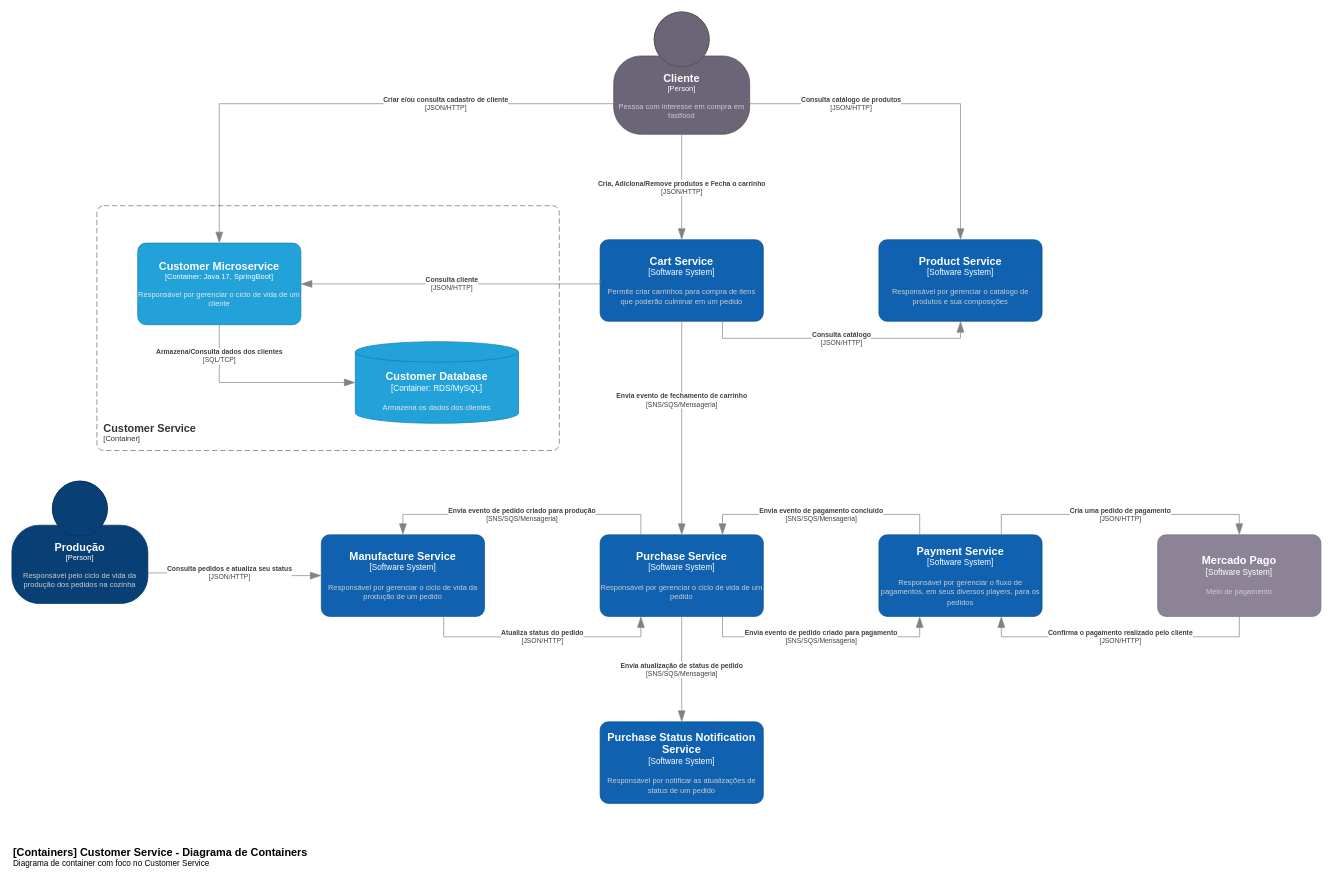
fiap-postech/tech-chalenge keeps this draw.io diagram as page "customer-service-c2_saga" (14 of 23) of documentation/tech-challenge-architecture.drawio. Above is the earlier version. Source tidied: cells renumbered, new cells numbered last; positions are measured from the earlier drawing's top-left corner, leaving out a move shared by most shapes. Both pictures are drawn from the tidied source at 68%, with x=0, y=0 at pixel (12, 12).
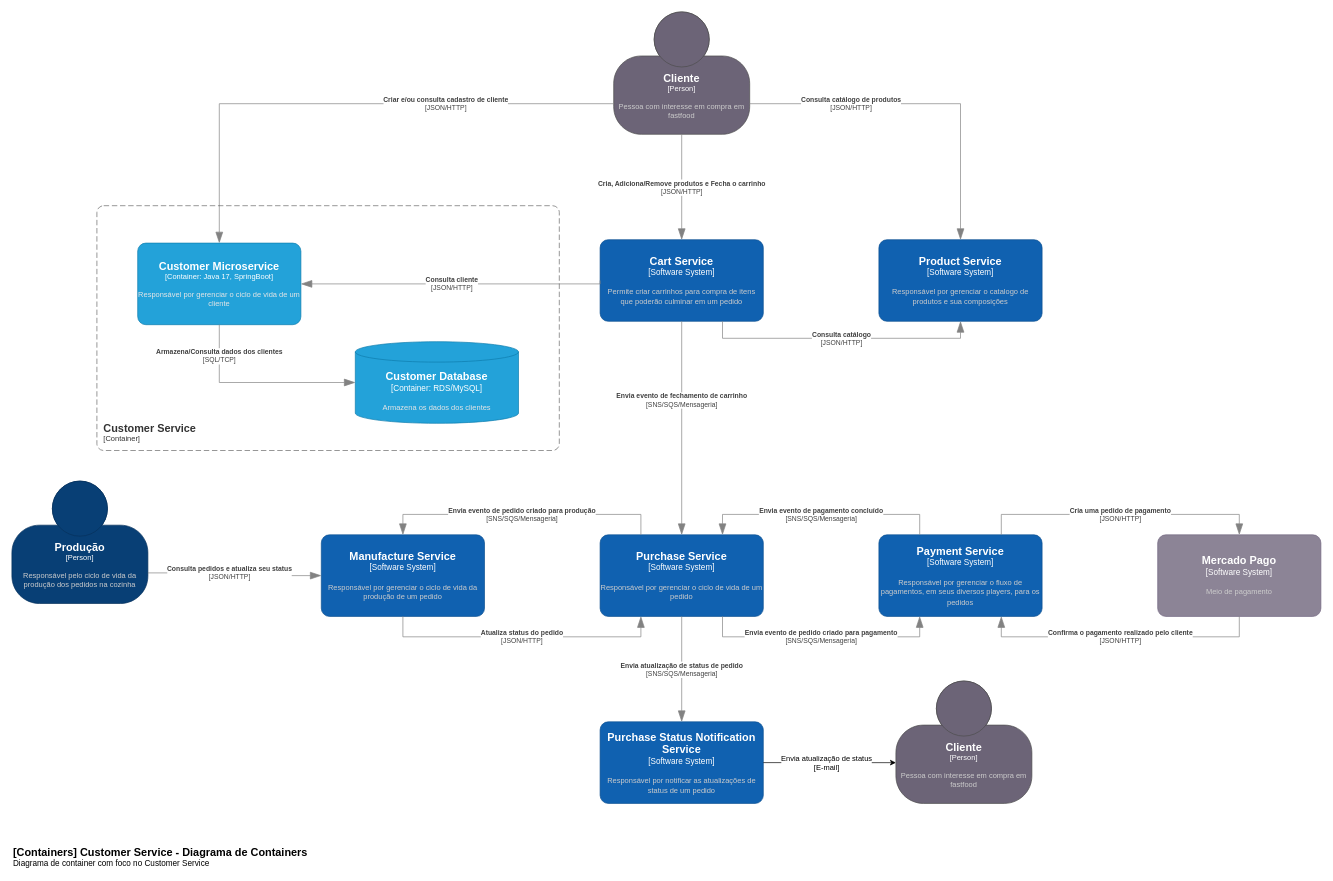
The same diagram, later.

The change refers to these unchanged cells:
```xml
<object id="6" label="&lt;font style=&quot;font-size: 16px&quot;&gt;&lt;b&gt;%c4Name%&lt;/b&gt;&lt;/font&gt;&lt;div&gt;[%c4Type%]&lt;/div&gt;&lt;br&gt;&lt;div&gt;&lt;font style=&quot;font-size: 11px&quot;&gt;&lt;font color=&quot;#cccccc&quot;&gt;%c4Description%&lt;/font&gt;&lt;/div&gt;" c4Description="Responsável por gerenciar o ciclo de vida de um pedido" c4Name="Purchase Service" c4Type="Software System" placeholders="1">
  <mxCell style="rounded=1;whiteSpace=wrap;html=1;labelBackgroundColor=none;fillColor=#1061B0;fontColor=#ffffff;align=center;arcSize=10;strokeColor=#0D5091;points=[[0.25,0,0],[0.5,0,0],[0.75,0,0],[1,0.25,0],[1,0.5,0],[1,0.75,0],[0.75,1,0],[0.5,1,0],[0.25,1,0],[0,0.75,0],[0,0.5,0],[0,0.25,0]];" parent="1" vertex="1">
    <mxGeometry x="865" y="769" width="240" height="120" as="geometry" />
  </mxCell>
</object>
<object id="9" label="&lt;font style=&quot;font-size: 16px&quot;&gt;&lt;b&gt;%c4Name%&lt;/b&gt;&lt;/font&gt;&lt;div&gt;[%c4Type%]&lt;/div&gt;&lt;br&gt;&lt;div&gt;&lt;font style=&quot;font-size: 11px&quot;&gt;&lt;font color=&quot;#cccccc&quot;&gt;%c4Description%&lt;/font&gt;&lt;/div&gt;" c4Description="Responsável por gerenciar o ciclo de vida da produção de um pedido" c4Name="Manufacture Service" c4Type="Software System" placeholders="1">
  <mxCell style="rounded=1;whiteSpace=wrap;html=1;labelBackgroundColor=none;fillColor=#1061B0;fontColor=#ffffff;align=center;arcSize=10;strokeColor=#0D5091;points=[[0.25,0,0],[0.5,0,0],[0.75,0,0],[1,0.25,0],[1,0.5,0],[1,0.75,0],[0.75,1,0],[0.5,1,0],[0.25,1,0],[0,0.75,0],[0,0.5,0],[0,0.25,0]];" parent="1" vertex="1">
    <mxGeometry x="455" y="769" width="240" height="120" as="geometry" />
  </mxCell>
</object>
<object id="21" label="&lt;font style=&quot;font-size: 16px&quot;&gt;&lt;b&gt;%c4Name%&lt;/b&gt;&lt;/font&gt;&lt;div&gt;[%c4Type%]&lt;/div&gt;&lt;br&gt;&lt;div&gt;&lt;font style=&quot;font-size: 11px&quot;&gt;&lt;font color=&quot;#cccccc&quot;&gt;%c4Description%&lt;/font&gt;&lt;/div&gt;" c4Description="Responsável por notificar as atualizações de status de um pedido" c4Name="Purchase Status Notification Service" c4Type="Software System" placeholders="1">
  <mxCell style="rounded=1;whiteSpace=wrap;html=1;labelBackgroundColor=none;fillColor=#1061B0;fontColor=#ffffff;align=center;arcSize=10;strokeColor=#0D5091;points=[[0.25,0,0],[0.5,0,0],[0.75,0,0],[1,0.25,0],[1,0.5,0],[1,0.75,0],[0.75,1,0],[0.5,1,0],[0.25,1,0],[0,0.75,0],[0,0.5,0],[0,0.25,0]];" parent="1" vertex="1">
    <mxGeometry x="865" y="1044" width="240" height="120" as="geometry" />
  </mxCell>
</object>
```

The edit, as a diff of the source:
```diff
@@
     <object id="17" label="&lt;div style=&quot;text-align: left&quot;&gt;&lt;div style=&quot;text-align: center&quot;&gt;&lt;b&gt;%c4Description%&lt;/b&gt;&lt;/div&gt;&lt;div style=&quot;text-align: center&quot;&gt;[%c4Technology%]&lt;/div&gt;&lt;/div&gt;" c4Description="Atualiza status do pedido" c4Technology="JSON/HTTP" placeholders="1">
-      <mxCell style="endArrow=blockThin;html=1;fontSize=10;fontColor=#404040;strokeWidth=1;endFill=1;strokeColor=#828282;elbow=vertical;endSize=14;startSize=14;jumpStyle=arc;jumpSize=16;rounded=0;edgeStyle=orthogonalEdgeStyle;entryX=0.25;entryY=1;entryDx=0;entryDy=0;entryPerimeter=0;exitX=0.75;exitY=1;exitDx=0;exitDy=0;exitPerimeter=0;" parent="1" edge="1" source="9" target="6">
+      <mxCell style="endArrow=blockThin;html=1;fontSize=10;fontColor=#404040;strokeWidth=1;endFill=1;strokeColor=#828282;elbow=vertical;endSize=14;startSize=14;jumpStyle=arc;jumpSize=16;rounded=0;edgeStyle=orthogonalEdgeStyle;entryX=0.25;entryY=1;entryDx=0;entryDy=0;entryPerimeter=0;exitX=0.5;exitY=1;exitDx=0;exitDy=0;exitPerimeter=0;" parent="1" edge="1" source="9" target="6">
         <mxGeometry relative="1" as="geometry">
           <Array as="points">
-            <mxPoint x="635" y="919" />
+            <mxPoint x="575" y="919" />
             <mxPoint x="925" y="919" />
           </Array>
         </mxGeometry>
       </mxCell>
     </object>
@@
+    <object id="30" label="&lt;font style=&quot;font-size: 16px&quot;&gt;&lt;b&gt;%c4Name%&lt;/b&gt;&lt;/font&gt;&lt;div&gt;[%c4Type%]&lt;/div&gt;&lt;br&gt;&lt;div&gt;&lt;font style=&quot;font-size: 11px&quot;&gt;&lt;font color=&quot;#cccccc&quot;&gt;%c4Description%&lt;/font&gt;&lt;/div&gt;" c4Description="Pessoa com interesse em compra em fastfood" c4Name="Cliente" c4Type="Person" placeholders="1">
+      <mxCell style="html=1;fontSize=11;dashed=0;whiteSpace=wrap;fillColor=#6C6477;strokeColor=#4D4D4D;fontColor=#ffffff;shape=mxgraph.c4.person2;align=center;points=[[0.5,0,0],[1,0.5,0],[1,0.75,0],[0.75,1,0],[0.5,1,0],[0.25,1,0],[0,0.75,0],[0,0.5,0]];" parent="1" vertex="1">
+        <mxGeometry x="1300" y="984" width="200" height="180" as="geometry" />
+      </mxCell>
+    </object>
+    <mxCell id="31" style="edgeStyle=orthogonalEdgeStyle;rounded=0;jettySize=auto;html=1;entryX=0;entryY=0.667;entryDx=0;entryDy=0;entryPerimeter=0;exitX=1;exitY=0.5;exitDx=0;exitDy=0;exitPerimeter=0;" parent="1" edge="1" source="21" target="30">
+      <mxGeometry relative="1" as="geometry" />
+    </mxCell>
+    <mxCell id="32" value="Envia atualização de status&lt;br&gt;[E-mail]" style="edgeLabel;html=1;align=center;verticalAlign=middle;" parent="31" vertex="1">
+      <mxGeometry x="-0.06" y="-3" relative="1" as="geometry">
+        <mxPoint y="-3" as="offset" />
+      </mxGeometry>
+    </mxCell>
```
